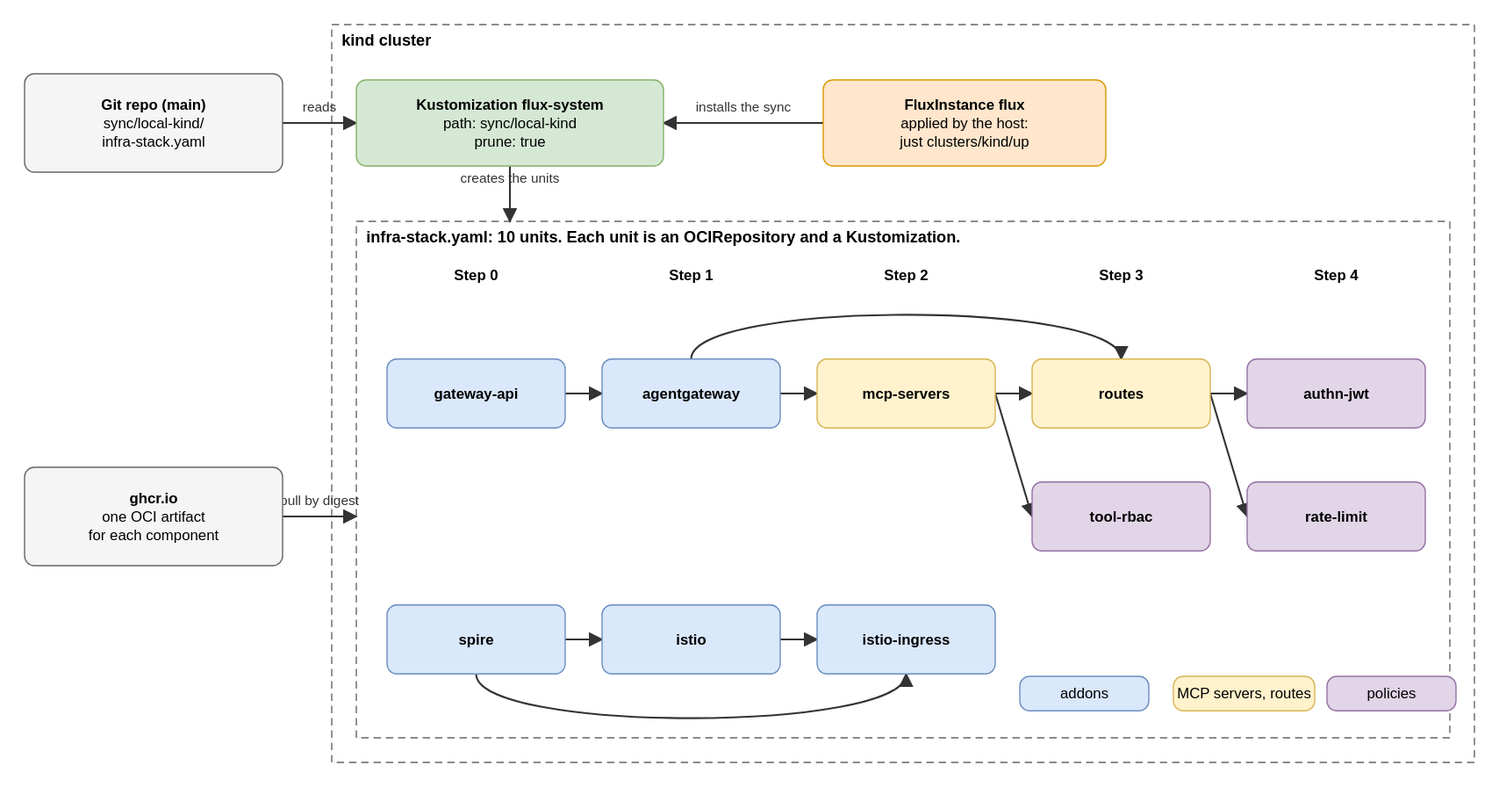
raghav19/engineersdaybook keeps this draw.io diagram as code/mcp-sandbox/part-3-mcp-guardrails/docs/diagrams/orchestration.drawio.svg. Above is the earlier version. Source tidied: cells renumbered, new cells last; positions are measured from the earlier drawing's top-left corner, leaving out a move shared by most shapes.
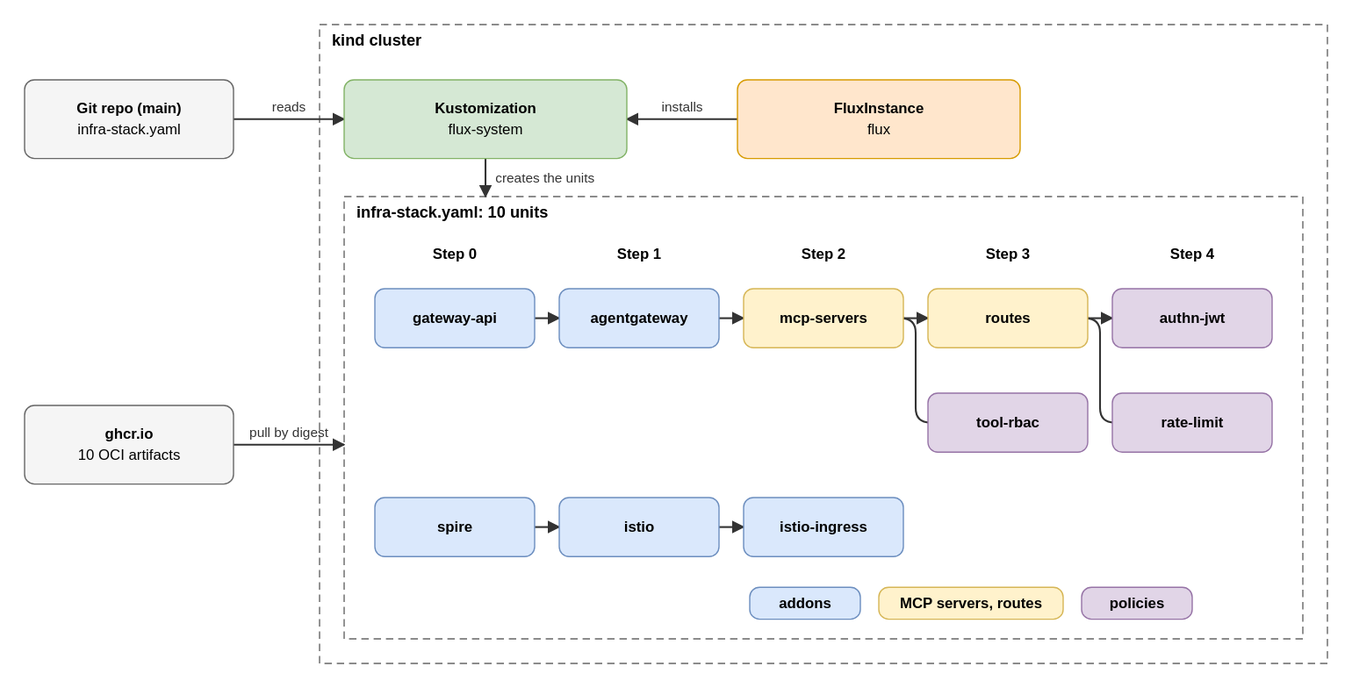
The same diagram one commit later.

Commit message:
Simplify the orchestration diagram

Draw only the dependsOn arrows that the chain does not already imply, so every arrow joins neighbouring steps and no arrow jumps over a unit. Use rounded elbow arrows, centre the text, and use plain file names. The mermaid graph and a note in orchestration.md agree.

Assisted-by: claude-code/claude-sonnet-5-5

What changed in the source:
```diff
@@ -2,128 +2,112 @@
   <root>
     <mxCell id="0" />
     <mxCell id="1" parent="0" />
-    <mxCell id="2" value="&lt;b&gt;Git repo (main)&lt;/b&gt;&lt;br&gt;sync/local-kind/&lt;br&gt;infra-stack.yaml" style="rounded=1;whiteSpace=wrap;html=1;fillColor=#f5f5f5;strokeColor=#666666;fontColor=#000000;" parent="1" vertex="1">
-      <mxGeometry y="40" width="210" height="80" as="geometry" />
+    <mxCell id="2" value="&lt;b&gt;Git repo (main)&lt;/b&gt;&lt;br&gt;infra-stack.yaml" style="rounded=1;whiteSpace=wrap;html=1;align=center;verticalAlign=middle;fillColor=#f5f5f5;strokeColor=#666666;fontColor=#000000;" parent="1" vertex="1">
+      <mxGeometry y="45" width="170" height="64" as="geometry" />
     </mxCell>
-    <mxCell id="3" value="&lt;b&gt;ghcr.io&lt;/b&gt;&lt;br&gt;one OCI artifact&lt;br&gt;for each component" style="rounded=1;whiteSpace=wrap;html=1;fillColor=#f5f5f5;strokeColor=#666666;fontColor=#000000;" parent="1" vertex="1">
-      <mxGeometry y="360" width="210" height="80" as="geometry" />
+    <mxCell id="3" value="&lt;b&gt;ghcr.io&lt;/b&gt;&lt;br&gt;10 OCI artifacts" style="rounded=1;whiteSpace=wrap;html=1;align=center;verticalAlign=middle;fillColor=#f5f5f5;strokeColor=#666666;fontColor=#000000;" parent="1" vertex="1">
+      <mxGeometry y="310" width="170" height="64" as="geometry" />
     </mxCell>
     <mxCell id="4" value="kind cluster" style="swimlane;startSize=24;fillColor=none;strokeColor=#666666;dashed=1;fontStyle=1;html=1;align=left;spacingLeft=8;" parent="1" vertex="1">
-      <mxGeometry x="250" width="930" height="600" as="geometry" />
+      <mxGeometry x="240" width="820" height="520" as="geometry" />
     </mxCell>
-    <mxCell id="5" value="&lt;b&gt;Kustomization flux-system&lt;/b&gt;&lt;br&gt;path: sync/local-kind&lt;br&gt;prune: true" style="rounded=1;whiteSpace=wrap;html=1;fillColor=#d5e8d4;strokeColor=#82b366;fontColor=#000000;" parent="4" vertex="1">
-      <mxGeometry x="20" y="45" width="250" height="70" as="geometry" />
+    <mxCell id="5" value="&lt;b&gt;Kustomization&lt;/b&gt;&lt;br&gt;flux-system" style="rounded=1;whiteSpace=wrap;html=1;align=center;verticalAlign=middle;fillColor=#d5e8d4;strokeColor=#82b366;fontColor=#000000;" parent="1" vertex="1">
+      <mxGeometry x="260" y="45" width="230" height="64" as="geometry" />
     </mxCell>
-    <mxCell id="6" value="&lt;b&gt;FluxInstance flux&lt;/b&gt;&lt;br&gt;applied by the host:&lt;br&gt;just clusters/kind/up" style="rounded=1;whiteSpace=wrap;html=1;fillColor=#ffe6cc;strokeColor=#d79b00;fontColor=#000000;" parent="4" vertex="1">
-      <mxGeometry x="400" y="45" width="230" height="70" as="geometry" />
+    <mxCell id="6" value="&lt;b&gt;FluxInstance&lt;/b&gt;&lt;br&gt;flux" style="rounded=1;whiteSpace=wrap;html=1;align=center;verticalAlign=middle;fillColor=#ffe6cc;strokeColor=#d79b00;fontColor=#000000;" parent="1" vertex="1">
+      <mxGeometry x="580" y="45" width="230" height="64" as="geometry" />
     </mxCell>
-    <mxCell id="7" value="infra-stack.yaml: 10 units. Each unit is an OCIRepository and a Kustomization." style="swimlane;startSize=24;fillColor=none;strokeColor=#666666;dashed=1;fontStyle=1;html=1;align=left;spacingLeft=8;" parent="4" vertex="1">
-      <mxGeometry x="20" y="160" width="890" height="420" as="geometry" />
+    <mxCell id="7" value="infra-stack.yaml: 10 units" style="swimlane;startSize=24;fillColor=none;strokeColor=#666666;dashed=1;fontStyle=1;html=1;align=left;spacingLeft=8;" parent="1" vertex="1">
+      <mxGeometry x="260" y="140" width="780" height="360" as="geometry" />
     </mxCell>
-    <mxCell id="8" value="&lt;b&gt;agentgateway&lt;/b&gt;" style="rounded=1;whiteSpace=wrap;html=1;fillColor=#dae8fc;strokeColor=#6c8ebf;fontColor=#000000;" parent="7" vertex="1">
-      <mxGeometry x="200" y="112" width="145" height="56" as="geometry" />
+    <mxCell id="8" value="&lt;b&gt;agentgateway&lt;/b&gt;" style="rounded=1;whiteSpace=wrap;html=1;align=center;verticalAlign=middle;fillColor=#dae8fc;strokeColor=#6c8ebf;fontColor=#000000;" parent="1" vertex="1">
+      <mxGeometry x="435" y="215" width="130" height="48" as="geometry" />
     </mxCell>
-    <mxCell id="9" value="&lt;b&gt;authn-jwt&lt;/b&gt;" style="rounded=1;whiteSpace=wrap;html=1;fillColor=#e1d5e7;strokeColor=#9673a6;fontColor=#000000;" parent="7" vertex="1">
-      <mxGeometry x="725" y="112" width="145" height="56" as="geometry" />
+    <mxCell id="9" value="&lt;b&gt;authn-jwt&lt;/b&gt;" style="rounded=1;whiteSpace=wrap;html=1;align=center;verticalAlign=middle;fillColor=#e1d5e7;strokeColor=#9673a6;fontColor=#000000;" parent="1" vertex="1">
+      <mxGeometry x="885" y="215" width="130" height="48" as="geometry" />
     </mxCell>
-    <mxCell id="10" value="&lt;b&gt;gateway-api&lt;/b&gt;" style="rounded=1;whiteSpace=wrap;html=1;fillColor=#dae8fc;strokeColor=#6c8ebf;fontColor=#000000;" parent="7" vertex="1">
-      <mxGeometry x="25" y="112" width="145" height="56" as="geometry" />
+    <mxCell id="10" value="&lt;b&gt;gateway-api&lt;/b&gt;" style="rounded=1;whiteSpace=wrap;html=1;align=center;verticalAlign=middle;fillColor=#dae8fc;strokeColor=#6c8ebf;fontColor=#000000;" parent="1" vertex="1">
+      <mxGeometry x="285" y="215" width="130" height="48" as="geometry" />
     </mxCell>
-    <mxCell id="11" value="&lt;b&gt;istio&lt;/b&gt;" style="rounded=1;whiteSpace=wrap;html=1;fillColor=#dae8fc;strokeColor=#6c8ebf;fontColor=#000000;" parent="7" vertex="1">
-      <mxGeometry x="200" y="312" width="145" height="56" as="geometry" />
+    <mxCell id="11" value="&lt;b&gt;istio&lt;/b&gt;" style="rounded=1;whiteSpace=wrap;html=1;align=center;verticalAlign=middle;fillColor=#dae8fc;strokeColor=#6c8ebf;fontColor=#000000;" parent="1" vertex="1">
+      <mxGeometry x="435" y="385" width="130" height="48" as="geometry" />
     </mxCell>
-    <mxCell id="12" value="&lt;b&gt;istio-ingress&lt;/b&gt;" style="rounded=1;whiteSpace=wrap;html=1;fillColor=#dae8fc;strokeColor=#6c8ebf;fontColor=#000000;" parent="7" vertex="1">
-      <mxGeometry x="375" y="312" width="145" height="56" as="geometry" />
+    <mxCell id="12" value="&lt;b&gt;istio-ingress&lt;/b&gt;" style="rounded=1;whiteSpace=wrap;html=1;align=center;verticalAlign=middle;fillColor=#dae8fc;strokeColor=#6c8ebf;fontColor=#000000;" parent="1" vertex="1">
+      <mxGeometry x="585" y="385" width="130" height="48" as="geometry" />
     </mxCell>
-    <mxCell id="13" value="&lt;b&gt;mcp-servers&lt;/b&gt;" style="rounded=1;whiteSpace=wrap;html=1;fillColor=#fff2cc;strokeColor=#d6b656;fontColor=#000000;" parent="7" vertex="1">
-      <mxGeometry x="375" y="112" width="145" height="56" as="geometry" />
+    <mxCell id="13" value="&lt;b&gt;mcp-servers&lt;/b&gt;" style="rounded=1;whiteSpace=wrap;html=1;align=center;verticalAlign=middle;fillColor=#fff2cc;strokeColor=#d6b656;fontColor=#000000;" parent="1" vertex="1">
+      <mxGeometry x="585" y="215" width="130" height="48" as="geometry" />
     </mxCell>
-    <mxCell id="14" value="&lt;b&gt;rate-limit&lt;/b&gt;" style="rounded=1;whiteSpace=wrap;html=1;fillColor=#e1d5e7;strokeColor=#9673a6;fontColor=#000000;" parent="7" vertex="1">
-      <mxGeometry x="725" y="212" width="145" height="56" as="geometry" />
+    <mxCell id="14" value="&lt;b&gt;rate-limit&lt;/b&gt;" style="rounded=1;whiteSpace=wrap;html=1;align=center;verticalAlign=middle;fillColor=#e1d5e7;strokeColor=#9673a6;fontColor=#000000;" parent="1" vertex="1">
+      <mxGeometry x="885" y="300" width="130" height="48" as="geometry" />
     </mxCell>
-    <mxCell id="15" value="&lt;b&gt;routes&lt;/b&gt;" style="rounded=1;whiteSpace=wrap;html=1;fillColor=#fff2cc;strokeColor=#d6b656;fontColor=#000000;" parent="7" vertex="1">
-      <mxGeometry x="550" y="112" width="145" height="56" as="geometry" />
+    <mxCell id="15" value="&lt;b&gt;routes&lt;/b&gt;" style="rounded=1;whiteSpace=wrap;html=1;align=center;verticalAlign=middle;fillColor=#fff2cc;strokeColor=#d6b656;fontColor=#000000;" parent="1" vertex="1">
+      <mxGeometry x="735" y="215" width="130" height="48" as="geometry" />
     </mxCell>
-    <mxCell id="16" value="&lt;b&gt;spire&lt;/b&gt;" style="rounded=1;whiteSpace=wrap;html=1;fillColor=#dae8fc;strokeColor=#6c8ebf;fontColor=#000000;" parent="7" vertex="1">
-      <mxGeometry x="25" y="312" width="145" height="56" as="geometry" />
+    <mxCell id="16" value="&lt;b&gt;spire&lt;/b&gt;" style="rounded=1;whiteSpace=wrap;html=1;align=center;verticalAlign=middle;fillColor=#dae8fc;strokeColor=#6c8ebf;fontColor=#000000;" parent="1" vertex="1">
+      <mxGeometry x="285" y="385" width="130" height="48" as="geometry" />
     </mxCell>
-    <mxCell id="17" value="&lt;b&gt;tool-rbac&lt;/b&gt;" style="rounded=1;whiteSpace=wrap;html=1;fillColor=#e1d5e7;strokeColor=#9673a6;fontColor=#000000;" parent="7" vertex="1">
-      <mxGeometry x="550" y="212" width="145" height="56" as="geometry" />
+    <mxCell id="17" value="&lt;b&gt;tool-rbac&lt;/b&gt;" style="rounded=1;whiteSpace=wrap;html=1;align=center;verticalAlign=middle;fillColor=#e1d5e7;strokeColor=#9673a6;fontColor=#000000;" parent="1" vertex="1">
+      <mxGeometry x="735" y="300" width="130" height="48" as="geometry" />
     </mxCell>
-    <mxCell id="18" value="&lt;b&gt;Step 0&lt;/b&gt;" style="text;html=1;align=center;verticalAlign=middle;fontColor=#333333;" parent="7" vertex="1">
-      <mxGeometry x="25" y="32" width="145" height="24" as="geometry" />
+    <mxCell id="18" value="&lt;b&gt;Step 0&lt;/b&gt;" style="text;html=1;align=center;verticalAlign=middle;fontColor=#333333;" parent="1" vertex="1">
+      <mxGeometry x="285" y="176" width="130" height="22" as="geometry" />
     </mxCell>
-    <mxCell id="19" value="&lt;b&gt;Step 1&lt;/b&gt;" style="text;html=1;align=center;verticalAlign=middle;fontColor=#333333;" parent="7" vertex="1">
-      <mxGeometry x="200" y="32" width="145" height="24" as="geometry" />
+    <mxCell id="19" value="&lt;b&gt;Step 1&lt;/b&gt;" style="text;html=1;align=center;verticalAlign=middle;fontColor=#333333;" parent="1" vertex="1">
+      <mxGeometry x="435" y="176" width="130" height="22" as="geometry" />
     </mxCell>
-    <mxCell id="20" value="&lt;b&gt;Step 2&lt;/b&gt;" style="text;html=1;align=center;verticalAlign=middle;fontColor=#333333;" parent="7" vertex="1">
-      <mxGeometry x="375" y="32" width="145" height="24" as="geometry" />
+    <mxCell id="20" value="&lt;b&gt;Step 2&lt;/b&gt;" style="text;html=1;align=center;verticalAlign=middle;fontColor=#333333;" parent="1" vertex="1">
+      <mxGeometry x="585" y="176" width="130" height="22" as="geometry" />
     </mxCell>
-    <mxCell id="21" value="&lt;b&gt;Step 3&lt;/b&gt;" style="text;html=1;align=center;verticalAlign=middle;fontColor=#333333;" parent="7" vertex="1">
-      <mxGeometry x="550" y="32" width="145" height="24" as="geometry" />
+    <mxCell id="21" value="&lt;b&gt;Step 3&lt;/b&gt;" style="text;html=1;align=center;verticalAlign=middle;fontColor=#333333;" parent="1" vertex="1">
+      <mxGeometry x="735" y="176" width="130" height="22" as="geometry" />
     </mxCell>
-    <mxCell id="22" value="&lt;b&gt;Step 4&lt;/b&gt;" style="text;html=1;align=center;verticalAlign=middle;fontColor=#333333;" parent="7" vertex="1">
-      <mxGeometry x="725" y="32" width="145" height="24" as="geometry" />
+    <mxCell id="22" value="&lt;b&gt;Step 4&lt;/b&gt;" style="text;html=1;align=center;verticalAlign=middle;fontColor=#333333;" parent="1" vertex="1">
+      <mxGeometry x="885" y="176" width="130" height="22" as="geometry" />
     </mxCell>
-    <mxCell id="23" value="addons" style="rounded=1;whiteSpace=wrap;html=1;fillColor=#dae8fc;strokeColor=#6c8ebf;fontColor=#000000;" parent="7" vertex="1">
-      <mxGeometry x="540" y="370" width="105" height="28" as="geometry" />
+    <mxCell id="23" value="&lt;b&gt;addons&lt;/b&gt;" style="rounded=1;whiteSpace=wrap;html=1;align=center;verticalAlign=middle;fillColor=#dae8fc;strokeColor=#6c8ebf;fontColor=#000000;" parent="1" vertex="1">
+      <mxGeometry x="590" y="458" width="90" height="26" as="geometry" />
     </mxCell>
-    <mxCell id="24" value="MCP servers, routes" style="rounded=1;whiteSpace=wrap;html=1;fillColor=#fff2cc;strokeColor=#d6b656;fontColor=#000000;" parent="7" vertex="1">
-      <mxGeometry x="665" y="370" width="115" height="28" as="geometry" />
+    <mxCell id="24" value="&lt;b&gt;MCP servers, routes&lt;/b&gt;" style="rounded=1;whiteSpace=wrap;html=1;align=center;verticalAlign=middle;fillColor=#fff2cc;strokeColor=#d6b656;fontColor=#000000;" parent="1" vertex="1">
+      <mxGeometry x="695" y="458" width="150" height="26" as="geometry" />
     </mxCell>
-    <mxCell id="25" value="policies" style="rounded=1;whiteSpace=wrap;html=1;fillColor=#e1d5e7;strokeColor=#9673a6;fontColor=#000000;" parent="7" vertex="1">
-      <mxGeometry x="790" y="370" width="105" height="28" as="geometry" />
+    <mxCell id="25" value="&lt;b&gt;policies&lt;/b&gt;" style="rounded=1;whiteSpace=wrap;html=1;align=center;verticalAlign=middle;fillColor=#e1d5e7;strokeColor=#9673a6;fontColor=#000000;" parent="1" vertex="1">
+      <mxGeometry x="860" y="458" width="90" height="26" as="geometry" />
     </mxCell>
+    <mxCell id="31" style="endArrow=classic;html=1;strokeColor=#333333;strokeWidth=1.5;edgeStyle=orthogonalEdgeStyle;rounded=1;arcSize=20;exitX=1;exitY=0.5;entryX=0;entryY=0.5;" parent="1" edge="1" source="8" target="13">
+      <mxGeometry relative="1" as="geometry" />
+    </mxCell>
-    <mxCell id="26" style="endArrow=classic;html=1;strokeColor=#333333;exitX=1;exitY=0.5;entryX=0;entryY=0.5;" parent="1" edge="1" source="10" target="8">
+    <mxCell id="26" style="endArrow=classic;html=1;strokeColor=#333333;strokeWidth=1.5;edgeStyle=orthogonalEdgeStyle;rounded=1;arcSize=20;exitX=1;exitY=0.5;entryX=0;entryY=0.5;" parent="1" edge="1" source="10" target="8">
       <mxGeometry relative="1" as="geometry" />
     </mxCell>
-    <mxCell id="27" style="endArrow=classic;html=1;strokeColor=#333333;exitX=1;exitY=0.5;entryX=0;entryY=0.5;" parent="1" edge="1" source="15" target="9">
-      <mxGeometry relative="1" as="geometry" />
-    </mxCell>
-    <mxCell id="28" style="endArrow=classic;html=1;strokeColor=#333333;exitX=1;exitY=0.5;entryX=0;entryY=0.5;" parent="1" edge="1" source="16" target="11">
-      <mxGeometry relative="1" as="geometry" />
-    </mxCell>
-    <mxCell id="29" style="endArrow=classic;html=1;strokeColor=#333333;exitX=1;exitY=0.5;entryX=0;entryY=0.5;" parent="1" edge="1" source="11" target="12">
+    <mxCell id="29" style="endArrow=classic;html=1;strokeColor=#333333;strokeWidth=1.5;edgeStyle=orthogonalEdgeStyle;rounded=1;arcSize=20;exitX=1;exitY=0.5;entryX=0;entryY=0.5;" parent="1" edge="1" source="11" target="12">
       <mxGeometry relative="1" as="geometry" />
     </mxCell>
-    <mxCell id="30" style="endArrow=classic;html=1;strokeColor=#333333;exitX=0.5;exitY=1;entryX=0.5;entryY=1;curved=1;" parent="1" edge="1" source="16" target="12">
-      <mxGeometry relative="1" as="geometry">
-        <Array as="points">
-          <mxPoint x="367.5" y="576" />
-          <mxPoint x="717.5" y="576" />
-        </Array>
-      </mxGeometry>
-    </mxCell>
-    <mxCell id="31" style="endArrow=classic;html=1;strokeColor=#333333;exitX=1;exitY=0.5;entryX=0;entryY=0.5;" parent="1" edge="1" source="8" target="13">
-      <mxGeometry relative="1" as="geometry" />
-    </mxCell>
-    <mxCell id="32" style="endArrow=classic;html=1;strokeColor=#333333;exitX=1;exitY=0.5;entryX=0;entryY=0.5;" parent="1" edge="1" source="15" target="14">
-      <mxGeometry relative="1" as="geometry" />
-    </mxCell>
-    <mxCell id="33" style="endArrow=classic;html=1;strokeColor=#333333;exitX=0.5;exitY=0;entryX=0.5;entryY=0;curved=1;" parent="1" edge="1" source="8" target="15">
-      <mxGeometry relative="1" as="geometry">
-        <Array as="points">
-          <mxPoint x="542.5" y="224" />
-          <mxPoint x="892.5" y="224" />
-        </Array>
-      </mxGeometry>
-    </mxCell>
-    <mxCell id="34" style="endArrow=classic;html=1;strokeColor=#333333;exitX=1;exitY=0.5;entryX=0;entryY=0.5;" parent="1" edge="1" source="13" target="15">
+    <mxCell id="34" style="endArrow=classic;html=1;strokeColor=#333333;strokeWidth=1.5;edgeStyle=orthogonalEdgeStyle;rounded=1;arcSize=20;exitX=1;exitY=0.5;entryX=0;entryY=0.5;" parent="1" edge="1" source="13" target="15">
       <mxGeometry relative="1" as="geometry" />
     </mxCell>
-    <mxCell id="35" style="endArrow=classic;html=1;strokeColor=#333333;exitX=1;exitY=0.5;entryX=0;entryY=0.5;" parent="1" edge="1" source="13" target="17">
+    <mxCell id="35" style="endArrow=classic;html=1;strokeColor=#333333;strokeWidth=1.5;edgeStyle=orthogonalEdgeStyle;rounded=1;arcSize=20;exitX=1;exitY=0.5;entryX=0;entryY=0.5;" parent="1" edge="1" source="13" target="17">
       <mxGeometry relative="1" as="geometry" />
     </mxCell>
+    <mxCell id="27" style="endArrow=classic;html=1;strokeColor=#333333;strokeWidth=1.5;edgeStyle=orthogonalEdgeStyle;rounded=1;arcSize=20;exitX=1;exitY=0.5;entryX=0;entryY=0.5;" parent="1" edge="1" source="15" target="9">
+      <mxGeometry relative="1" as="geometry" />
+    </mxCell>
+    <mxCell id="32" style="endArrow=classic;html=1;strokeColor=#333333;strokeWidth=1.5;edgeStyle=orthogonalEdgeStyle;rounded=1;arcSize=20;exitX=1;exitY=0.5;entryX=0;entryY=0.5;" parent="1" edge="1" source="15" target="14">
+      <mxGeometry relative="1" as="geometry" />
+    </mxCell>
+    <mxCell id="28" style="endArrow=classic;html=1;strokeColor=#333333;strokeWidth=1.5;edgeStyle=orthogonalEdgeStyle;rounded=1;arcSize=20;exitX=1;exitY=0.5;entryX=0;entryY=0.5;" parent="1" edge="1" source="16" target="11">
+      <mxGeometry relative="1" as="geometry" />
+    </mxCell>
-    <mxCell id="36" value="reads" style="endArrow=classic;html=1;strokeColor=#333333;exitX=1;exitY=0.5;entryX=0;entryY=0.5;" parent="1" edge="1" source="2" target="5">
+    <mxCell id="36" value="reads" style="endArrow=classic;html=1;strokeColor=#333333;strokeWidth=1.5;edgeStyle=orthogonalEdgeStyle;rounded=1;arcSize=20;exitX=1;exitY=0.5;entryX=0;entryY=0.5;" parent="1" edge="1" source="2" target="5">
       <mxGeometry relative="1" as="geometry" />
     </mxCell>
+    <mxCell id="38" value="installs" style="endArrow=classic;html=1;strokeColor=#333333;strokeWidth=1.5;edgeStyle=orthogonalEdgeStyle;rounded=1;arcSize=20;exitX=0;exitY=0.5;entryX=1;entryY=0.5;" parent="1" edge="1" source="6" target="5">
+      <mxGeometry relative="1" as="geometry" />
+    </mxCell>
-    <mxCell id="37" value="creates the units" style="endArrow=classic;html=1;strokeColor=#333333;exitX=0.5;exitY=1;entryX=0.5;entryY=0;" parent="1" edge="1" source="5" target="7">
+    <mxCell id="37" value="creates the units" style="endArrow=classic;html=1;strokeColor=#333333;strokeWidth=1.5;edgeStyle=orthogonalEdgeStyle;rounded=1;arcSize=20;exitX=0.5;exitY=1;entryX=0.5;entryY=0;" parent="1" edge="1" source="5" target="7">
       <mxGeometry relative="1" as="geometry" />
     </mxCell>
-    <mxCell id="38" value="installs the sync" style="endArrow=classic;html=1;strokeColor=#333333;exitX=0;exitY=0.5;entryX=1;entryY=0.5;" parent="1" edge="1" source="6" target="5">
-      <mxGeometry relative="1" as="geometry" />
-    </mxCell>
-    <mxCell id="39" value="pull by digest" style="endArrow=classic;html=1;strokeColor=#333333;exitX=1;exitY=0.5;entryX=0;entryY=0.5;" parent="1" edge="1" source="3" target="7">
+    <mxCell id="39" value="pull by digest" style="endArrow=classic;html=1;strokeColor=#333333;strokeWidth=1.5;edgeStyle=orthogonalEdgeStyle;rounded=1;arcSize=20;exitX=1;exitY=0.5;entryX=0;entryY=0.5;" parent="1" edge="1" source="3" target="7">
       <mxGeometry relative="1" as="geometry" />
     </mxCell>
   </root>
```
